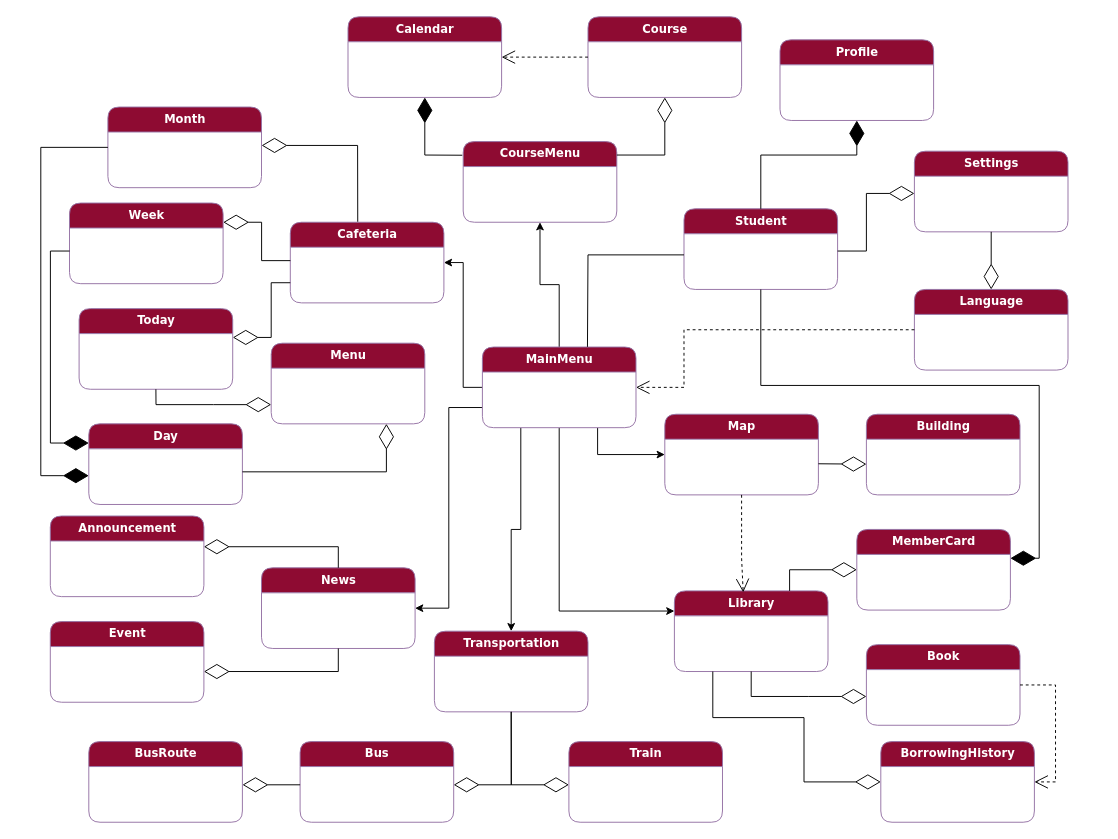
Ibournakas/PaPapp keeps this draw.io diagram as docs/Contributions/Vaggelis/Phase 1/Charts/Untitled Diagram.drawio. Above is the earlier version. Source tidied: cells renumbered, new cells numbered last; positions are measured from the earlier drawing's top-left corner, leaving out a move shared by most shapes. Both pictures are drawn from the tidied source at 96%, with x=0, y=0 at pixel (40, 16).
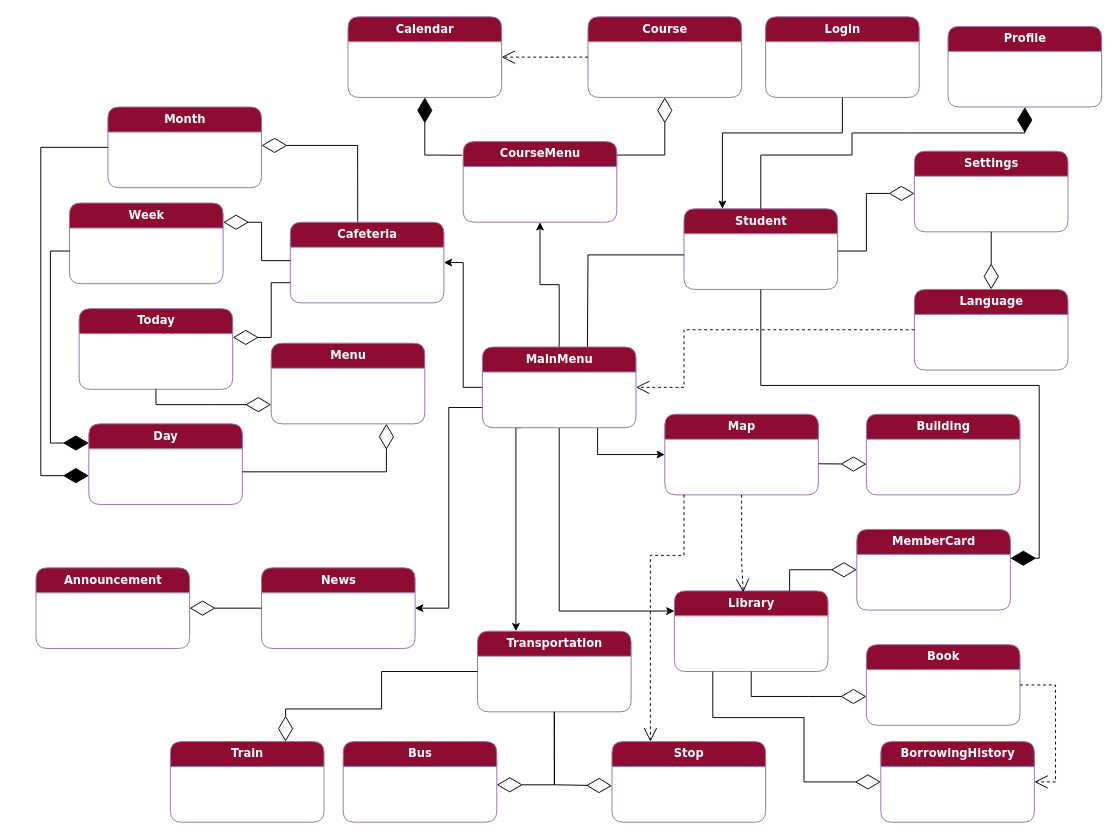
The same diagram, later.

Unchanged cells that the change refers to:
```xml
<mxCell id="2" value="&lt;font color=&quot;#ffffff&quot;&gt;&lt;b&gt;Student&lt;/b&gt;&lt;/font&gt;" style="swimlane;html=1;fontStyle=0;horizontal=1;startSize=26;fillColor=#8e0b32;swimlaneFillColor=#ffffff;align=center;rounded=1;shadow=0;comic=0;labelBackgroundColor=none;strokeWidth=1;fontFamily=Verdana;fontSize=12;strokeColor=#9673a6;" parent="1" vertex="1">
  <mxGeometry x="670" y="200" width="160" height="84" as="geometry" />
</mxCell>
<mxCell id="10" value="&lt;font color=&quot;#ffffff&quot;&gt;&lt;b&gt;MainMenu&lt;br&gt;&lt;/b&gt;&lt;/font&gt;" style="swimlane;html=1;fontStyle=0;horizontal=1;startSize=26;fillColor=#8e0b32;swimlaneFillColor=#ffffff;align=center;rounded=1;shadow=0;comic=0;labelBackgroundColor=none;strokeWidth=1;fontFamily=Verdana;fontSize=12;strokeColor=#9673a6;" parent="1" vertex="1">
  <mxGeometry x="460" y="344" width="160" height="84" as="geometry" />
</mxCell>
<mxCell id="17" value="&lt;font color=&quot;#ffffff&quot;&gt;&lt;b&gt;News&lt;/b&gt;&lt;/font&gt;" style="swimlane;html=1;fontStyle=0;horizontal=1;startSize=26;fillColor=#8e0b32;swimlaneFillColor=#ffffff;align=center;rounded=1;shadow=0;comic=0;labelBackgroundColor=none;strokeWidth=1;fontFamily=Verdana;fontSize=12;strokeColor=#9673a6;" parent="1" vertex="1">
  <mxGeometry x="229.9" y="574" width="160" height="84" as="geometry" />
</mxCell>
```

Change to the diagram source:
```diff
@@
-    <mxCell id="7" style="edgeStyle=orthogonalEdgeStyle;rounded=0;jettySize=auto;html=1;exitX=0.25;exitY=1;exitDx=0;exitDy=0;entryX=0.5;entryY=0;entryDx=0;entryDy=0;" parent="1" edge="1" source="10" target="13">
-      <mxGeometry relative="1" as="geometry" />
+    <mxCell id="7" style="edgeStyle=orthogonalEdgeStyle;rounded=0;jettySize=auto;html=1;exitX=0.25;exitY=1;exitDx=0;exitDy=0;entryX=0.25;entryY=0;entryDx=0;entryDy=0;" parent="1" edge="1" source="10" target="13">
+      <mxGeometry relative="1" as="geometry">
+        <Array as="points">
+          <mxPoint x="495" y="428" />
+        </Array>
+      </mxGeometry>
     </mxCell>
@@
     <mxCell id="11" value="&lt;font color=&quot;#ffffff&quot;&gt;&lt;b&gt;Profile&lt;/b&gt;&lt;/font&gt;" style="swimlane;html=1;fontStyle=0;horizontal=1;startSize=26;fillColor=#8e0b32;swimlaneFillColor=#ffffff;align=center;rounded=1;shadow=0;comic=0;labelBackgroundColor=none;strokeWidth=1;fontFamily=Verdana;fontSize=12;strokeColor=#9673a6;" parent="1" vertex="1">
-      <mxGeometry x="770" y="24" width="160" height="84" as="geometry" />
+      <mxGeometry x="945" y="10" width="160" height="84" as="geometry" />
     </mxCell>
@@
     <mxCell id="13" value="&lt;font color=&quot;#ffffff&quot;&gt;&lt;b&gt;Transportation&lt;/b&gt;&lt;/font&gt;" style="swimlane;html=1;fontStyle=0;horizontal=1;startSize=26;fillColor=#8e0b32;swimlaneFillColor=#ffffff;align=center;rounded=1;shadow=0;comic=0;labelBackgroundColor=none;strokeWidth=1;fontFamily=Verdana;fontSize=12;strokeColor=#9673a6;" parent="1" vertex="1">
-      <mxGeometry x="410" y="640" width="160" height="84" as="geometry" />
+      <mxGeometry x="454.9" y="640" width="160" height="84" as="geometry" />
     </mxCell>
@@
     <mxCell id="18" value="&lt;font color=&quot;#ffffff&quot;&gt;&lt;b&gt;Announcement&lt;/b&gt;&lt;/font&gt;" style="swimlane;html=1;fontStyle=0;horizontal=1;startSize=26;fillColor=#8e0b32;swimlaneFillColor=#ffffff;align=center;rounded=1;shadow=0;comic=0;labelBackgroundColor=none;strokeWidth=1;fontFamily=Verdana;fontSize=12;strokeColor=#9673a6;" parent="1" vertex="1">
-      <mxGeometry x="9.9" y="520" width="160" height="84" as="geometry" />
+      <mxGeometry x="-5" y="574" width="160" height="84" as="geometry" />
     </mxCell>
@@
     <mxCell id="21" value="&lt;font color=&quot;#ffffff&quot;&gt;&lt;b&gt;Bus&lt;/b&gt;&lt;/font&gt;" style="swimlane;html=1;fontStyle=0;horizontal=1;startSize=26;fillColor=#8e0b32;swimlaneFillColor=#ffffff;align=center;rounded=1;shadow=0;comic=0;labelBackgroundColor=none;strokeWidth=1;fontFamily=Verdana;fontSize=12;strokeColor=#9673a6;" parent="1" vertex="1">
-      <mxGeometry x="270.1" y="755" width="160" height="84" as="geometry" />
+      <mxGeometry x="315" y="755" width="160" height="84" as="geometry" />
     </mxCell>
     <mxCell id="22" value="&lt;font color=&quot;#ffffff&quot;&gt;&lt;b&gt;Train&lt;/b&gt;&lt;/font&gt;" style="swimlane;html=1;fontStyle=0;horizontal=1;startSize=26;fillColor=#8e0b32;swimlaneFillColor=#ffffff;align=center;rounded=1;shadow=0;comic=0;labelBackgroundColor=none;strokeWidth=1;fontFamily=Verdana;fontSize=12;strokeColor=#9673a6;" parent="1" vertex="1">
-      <mxGeometry x="550.1" y="755" width="160" height="84" as="geometry" />
+      <mxGeometry x="135" y="755" width="160" height="84" as="geometry" />
     </mxCell>
-    <mxCell id="23" value="&lt;font color=&quot;#ffffff&quot;&gt;&lt;b&gt;Event&lt;/b&gt;&lt;/font&gt;" style="swimlane;html=1;fontStyle=0;horizontal=1;startSize=26;fillColor=#8e0b32;swimlaneFillColor=#ffffff;align=center;rounded=1;shadow=0;comic=0;labelBackgroundColor=none;strokeWidth=1;fontFamily=Verdana;fontSize=12;strokeColor=#9673a6;" parent="1" vertex="1">
-      <mxGeometry x="9.9" y="630" width="160" height="84" as="geometry" />
-    </mxCell>
@@
-    <mxCell id="45" style="endArrow=diamondThin;endFill=0;endSize=24;html=1;rounded=0;" parent="1" edge="1" source="17">
-      <mxGeometry relative="1" as="geometry">
-        <mxPoint x="169.9" y="552" as="targetPoint" />
-        <Array as="points">
-          <mxPoint x="309.9" y="552" />
-        </Array>
-      </mxGeometry>
+    <mxCell id="45" style="endArrow=diamondThin;endFill=0;endSize=24;html=1;rounded=0;entryX=1;entryY=0.5;entryDx=0;entryDy=0;exitX=0;exitY=0.5;exitDx=0;exitDy=0;" parent="1" edge="1" source="17" target="18">
+      <mxGeometry relative="1" as="geometry" />
     </mxCell>
-    <mxCell id="46" style="endArrow=diamondThin;endFill=0;endSize=24;html=1;rounded=0;exitX=0.5;exitY=1;exitDx=0;exitDy=0;" parent="1" edge="1" source="17">
-      <mxGeometry relative="1" as="geometry">
-        <mxPoint x="169.9" y="682" as="targetPoint" />
-        <Array as="points">
-          <mxPoint x="309.9" y="682" />
-        </Array>
-      </mxGeometry>
-    </mxCell>
-    <mxCell id="47" value="&lt;font color=&quot;#ffffff&quot;&gt;&lt;b&gt;BusRoute&lt;/b&gt;&lt;/font&gt;" style="swimlane;html=1;fontStyle=0;horizontal=1;startSize=26;fillColor=#8e0b32;swimlaneFillColor=#ffffff;align=center;rounded=1;shadow=0;comic=0;labelBackgroundColor=none;strokeWidth=1;fontFamily=Verdana;fontSize=12;strokeColor=#9673a6;" parent="1" vertex="1">
-      <mxGeometry x="50" y="755" width="160" height="84" as="geometry" />
+    <mxCell id="47" value="&lt;font color=&quot;#ffffff&quot;&gt;&lt;b&gt;Stop&lt;/b&gt;&lt;/font&gt;" style="swimlane;html=1;fontStyle=0;horizontal=1;startSize=26;fillColor=#8e0b32;swimlaneFillColor=#ffffff;align=center;rounded=1;shadow=0;comic=0;labelBackgroundColor=none;strokeWidth=1;fontFamily=Verdana;fontSize=12;strokeColor=#9673a6;" parent="1" vertex="1">
+      <mxGeometry x="595" y="755" width="160" height="84" as="geometry" />
     </mxCell>
-    <mxCell id="48" style="endArrow=diamondThin;endFill=0;endSize=24;html=1;rounded=0;" parent="1" edge="1">
-      <mxGeometry relative="1" as="geometry">
-        <mxPoint x="270.1" y="800" as="sourcePoint" />
-        <mxPoint x="210.1" y="800" as="targetPoint" />
-      </mxGeometry>
-    </mxCell>
     <mxCell id="49" style="endArrow=diamondThin;endFill=0;endSize=24;html=1;rounded=0;exitX=0.5;exitY=1;exitDx=0;exitDy=0;" parent="1" edge="1" source="13">
       <mxGeometry relative="1" as="geometry">
-        <mxPoint x="430.1" y="800" as="targetPoint" />
+        <mxPoint x="475" y="800" as="targetPoint" />
         <Array as="points">
-          <mxPoint x="490.1" y="800" />
+          <mxPoint x="535" y="800" />
         </Array>
       </mxGeometry>
     </mxCell>
     <mxCell id="50" style="endArrow=diamondThin;endFill=0;endSize=24;html=1;rounded=0;exitX=0.5;exitY=1;exitDx=0;exitDy=0;" parent="1" edge="1" source="13">
       <mxGeometry relative="1" as="geometry">
-        <mxPoint x="550.1" y="800" as="targetPoint" />
+        <mxPoint x="595" y="801" as="targetPoint" />
         <Array as="points">
-          <mxPoint x="490.1" y="800" />
+          <mxPoint x="535" y="800" />
         </Array>
       </mxGeometry>
     </mxCell>
@@
     <mxCell id="54" style="endArrow=diamondThin;endFill=1;endSize=24;html=1;rounded=0;entryX=0.5;entryY=1;entryDx=0;entryDy=0;exitX=0.5;exitY=0;exitDx=0;exitDy=0;" parent="1" edge="1" source="2" target="11">
       <mxGeometry relative="1" as="geometry">
         <Array as="points">
           <mxPoint x="750" y="144" />
-          <mxPoint x="850" y="144" />
+          <mxPoint x="845" y="144" />
+          <mxPoint x="845" y="121" />
+          <mxPoint x="905" y="121" />
+          <mxPoint x="1025" y="121" />
         </Array>
       </mxGeometry>
     </mxCell>
@@
+    <mxCell id="62" style="endArrow=diamondThin;endFill=0;endSize=24;html=1;rounded=0;exitX=0;exitY=0.5;exitDx=0;exitDy=0;entryX=0.75;entryY=0;entryDx=0;entryDy=0;" parent="1" edge="1" source="13" target="22">
+      <mxGeometry relative="1" as="geometry">
+        <Array as="points">
+          <mxPoint x="355" y="682" />
+          <mxPoint x="355" y="721" />
+          <mxPoint x="255" y="721" />
+        </Array>
+      </mxGeometry>
+    </mxCell>
+    <mxCell id="63" style="endArrow=open;endSize=12;dashed=1;html=1;rounded=0;exitX=0.5;exitY=1;exitDx=0;exitDy=0;entryX=0.25;entryY=0;entryDx=0;entryDy=0;" parent="1" edge="1" target="47">
+      <mxGeometry relative="1" as="geometry">
+        <mxPoint x="670" y="498" as="sourcePoint" />
+        <Array as="points">
+          <mxPoint x="670" y="561" />
+          <mxPoint x="635" y="561" />
+        </Array>
+      </mxGeometry>
+    </mxCell>
+    <mxCell id="64" style="edgeStyle=orthogonalEdgeStyle;rounded=0;jettySize=auto;html=1;exitX=0.5;exitY=1;exitDx=0;exitDy=0;entryX=0.25;entryY=0;entryDx=0;entryDy=0;" parent="1" edge="1" source="65" target="2">
+      <mxGeometry relative="1" as="geometry">
+        <Array as="points">
+          <mxPoint x="835" y="121" />
+          <mxPoint x="710" y="121" />
+        </Array>
+      </mxGeometry>
+    </mxCell>
+    <mxCell id="65" value="&lt;font color=&quot;#ffffff&quot;&gt;&lt;b&gt;Login&lt;/b&gt;&lt;/font&gt;" style="swimlane;html=1;fontStyle=0;horizontal=1;startSize=26;fillColor=#8e0b32;swimlaneFillColor=#ffffff;align=center;rounded=1;shadow=0;comic=0;labelBackgroundColor=none;strokeWidth=1;fontFamily=Verdana;fontSize=12;strokeColor=#9673a6;" parent="1" vertex="1">
+      <mxGeometry x="755" width="160" height="84" as="geometry" />
+    </mxCell>
```
